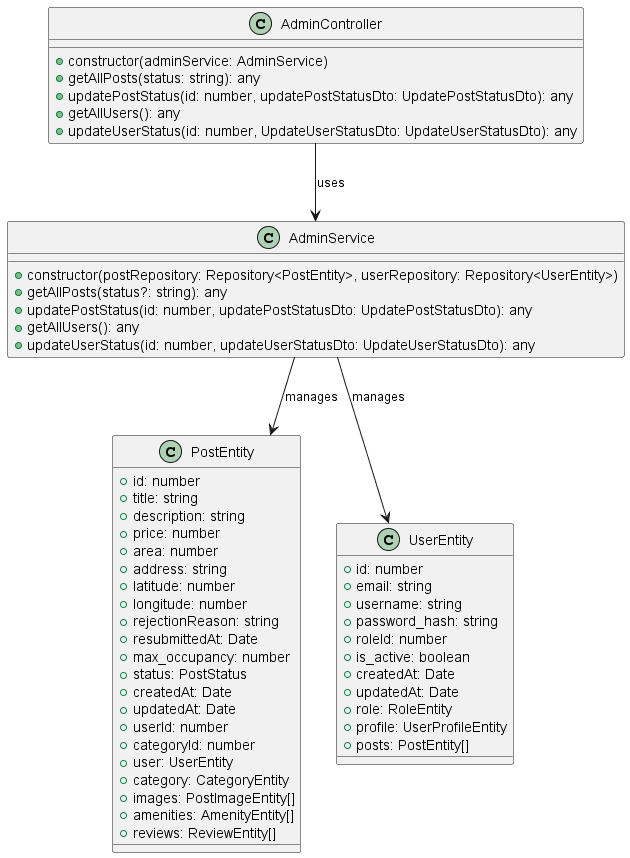
This is out/admin-controller-diagram/Admin Controller Diagram.png from YueTruong/VLURentingProject, a PlantUML export, as it was before one commit. Source of this version:
```plantuml
@startuml Admin Controller Diagram

class AdminController {
  +constructor(adminService: AdminService)
  +getAllPosts(status: string): any
  +updatePostStatus(id: number, updatePostStatusDto: UpdatePostStatusDto): any
  +getAllUsers(): any
  +updateUserStatus(id: number, UpdateUserStatusDto: UpdateUserStatusDto): any
}

class AdminService {
  +constructor(postRepository: Repository<PostEntity>, userRepository: Repository<UserEntity>)
  +getAllPosts(status?: string): any
  +updatePostStatus(id: number, updatePostStatusDto: UpdatePostStatusDto): any
  +getAllUsers(): any
  +updateUserStatus(id: number, updateUserStatusDto: UpdateUserStatusDto): any
}

class PostEntity {
  +id: number
  +title: string
  +description: string
  +price: number
  +area: number
  +address: string
  +latitude: number
  +longitude: number
  +rejectionReason: string
  +resubmittedAt: Date
  +max_occupancy: number
  +status: PostStatus
  +createdAt: Date
  +updatedAt: Date
  +userId: number
  +categoryId: number
  +user: UserEntity
  +category: CategoryEntity
  +images: PostImageEntity[]
  +amenities: AmenityEntity[]
  +reviews: ReviewEntity[]
}

class UserEntity {
  +id: number
  +email: string
  +username: string
  +password_hash: string
  +roleId: number
  +is_active: boolean
  +createdAt: Date
  +updatedAt: Date
  +role: RoleEntity
  +profile: UserProfileEntity
  +posts: PostEntity[]
}

AdminController --> AdminService : uses
AdminService --> PostEntity : manages
AdminService --> UserEntity : manages

@enduml
```
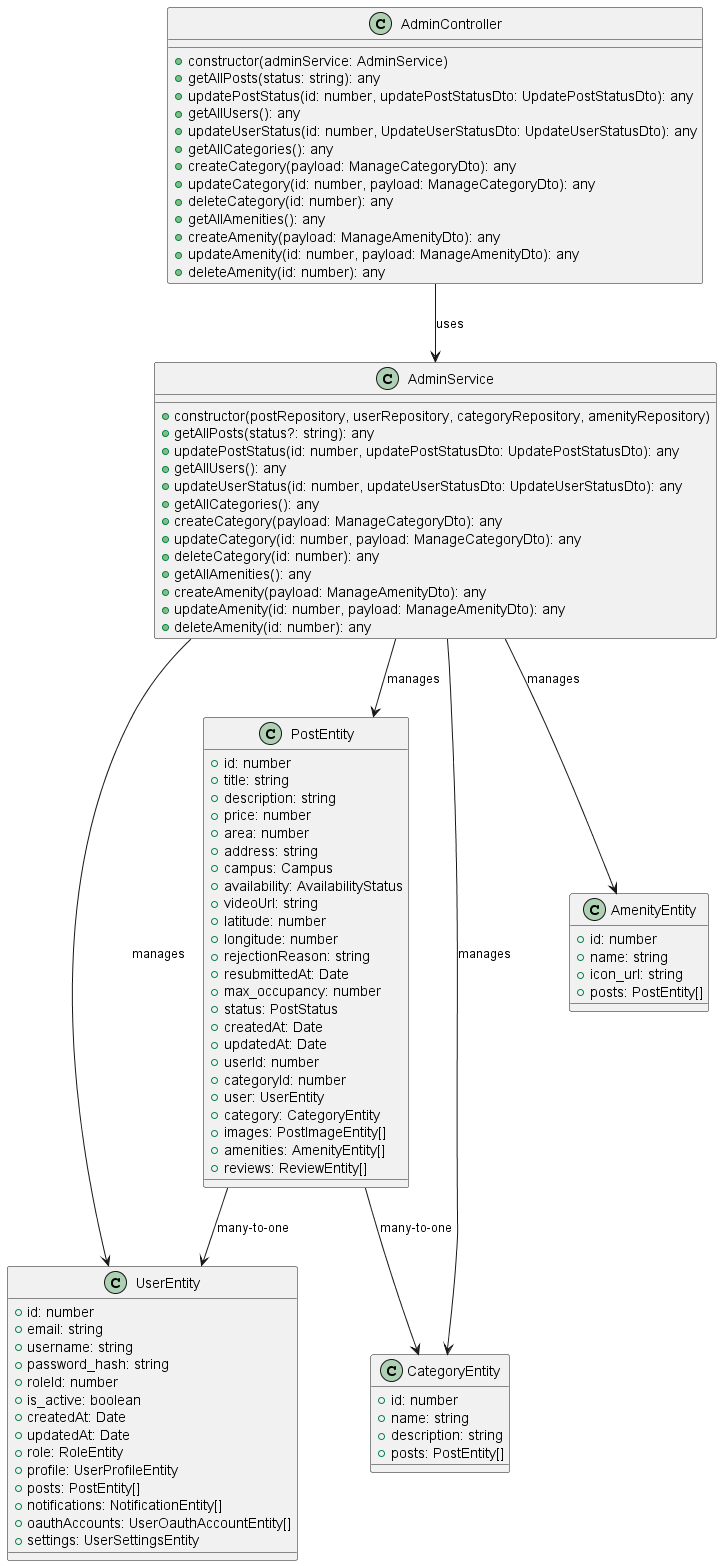
Above is the later version.

Change to the diagram source:
```diff
@@ -6,14 +6,30 @@
   +updatePostStatus(id: number, updatePostStatusDto: UpdatePostStatusDto): any
   +getAllUsers(): any
   +updateUserStatus(id: number, UpdateUserStatusDto: UpdateUserStatusDto): any
+  +getAllCategories(): any
+  +createCategory(payload: ManageCategoryDto): any
+  +updateCategory(id: number, payload: ManageCategoryDto): any
+  +deleteCategory(id: number): any
+  +getAllAmenities(): any
+  +createAmenity(payload: ManageAmenityDto): any
+  +updateAmenity(id: number, payload: ManageAmenityDto): any
+  +deleteAmenity(id: number): any
 }
 
 class AdminService {
-  +constructor(postRepository: Repository<PostEntity>, userRepository: Repository<UserEntity>)
+  +constructor(postRepository, userRepository, categoryRepository, amenityRepository)
   +getAllPosts(status?: string): any
   +updatePostStatus(id: number, updatePostStatusDto: UpdatePostStatusDto): any
   +getAllUsers(): any
   +updateUserStatus(id: number, updateUserStatusDto: UpdateUserStatusDto): any
+  +getAllCategories(): any
+  +createCategory(payload: ManageCategoryDto): any
+  +updateCategory(id: number, payload: ManageCategoryDto): any
+  +deleteCategory(id: number): any
+  +getAllAmenities(): any
+  +createAmenity(payload: ManageAmenityDto): any
+  +updateAmenity(id: number, payload: ManageAmenityDto): any
+  +deleteAmenity(id: number): any
 }
 
 class PostEntity {
@@ -23,6 +39,9 @@
   +price: number
   +area: number
   +address: string
+  +campus: Campus
+  +availability: AvailabilityStatus
+  +videoUrl: string
   +latitude: number
   +longitude: number
   +rejectionReason: string
@@ -52,10 +71,31 @@
   +role: RoleEntity
   +profile: UserProfileEntity
   +posts: PostEntity[]
+  +notifications: NotificationEntity[]
+  +oauthAccounts: UserOauthAccountEntity[]
+  +settings: UserSettingsEntity
+}
+
+class CategoryEntity {
+  +id: number
+  +name: string
+  +description: string
+  +posts: PostEntity[]
+}
+
+class AmenityEntity {
+  +id: number
+  +name: string
+  +icon_url: string
+  +posts: PostEntity[]
 }
 
 AdminController --> AdminService : uses
 AdminService --> PostEntity : manages
 AdminService --> UserEntity : manages
+AdminService --> CategoryEntity : manages
+AdminService --> AmenityEntity : manages
+PostEntity --> CategoryEntity : many-to-one
+PostEntity --> UserEntity : many-to-one
 
 @enduml
```
